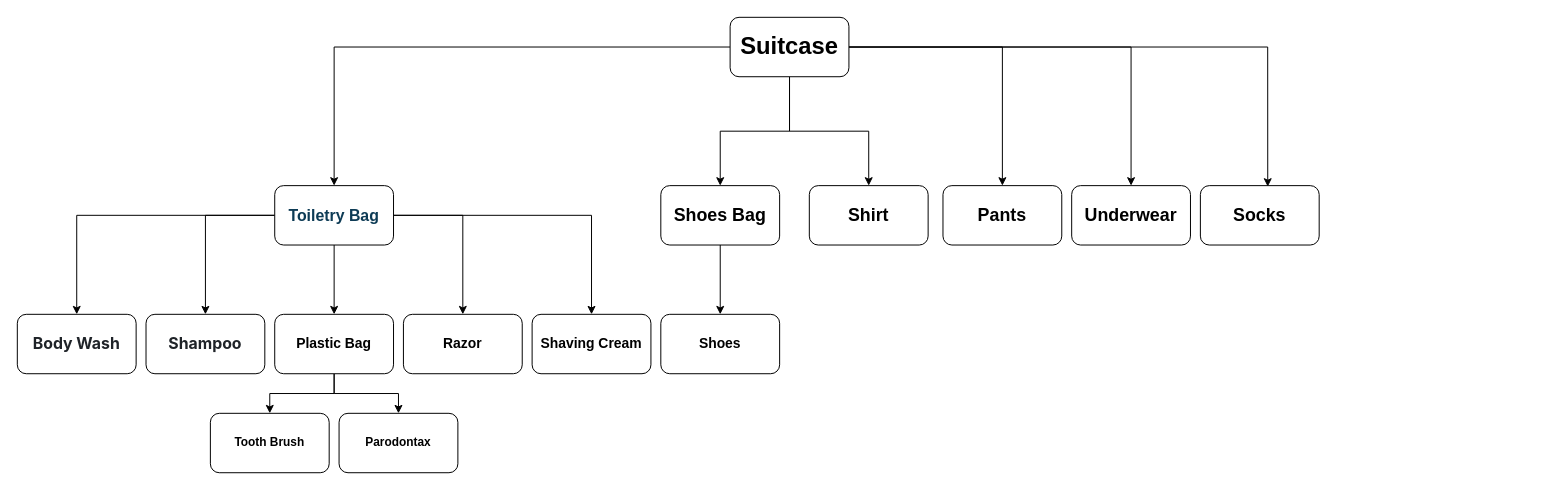
Before: Laboration4/src/Diagram/Suitcase as Composite.drawio in Fluntin/Software-Engineering, a draw.io diagram. Source tidied: cells renumbered, new cells numbered last; positions are measured from the earlier drawing's top-left corner, leaving out a move shared by most shapes. Both pictures are drawn from the tidied source at 99%, with x=0, y=0 at pixel (17, 17).
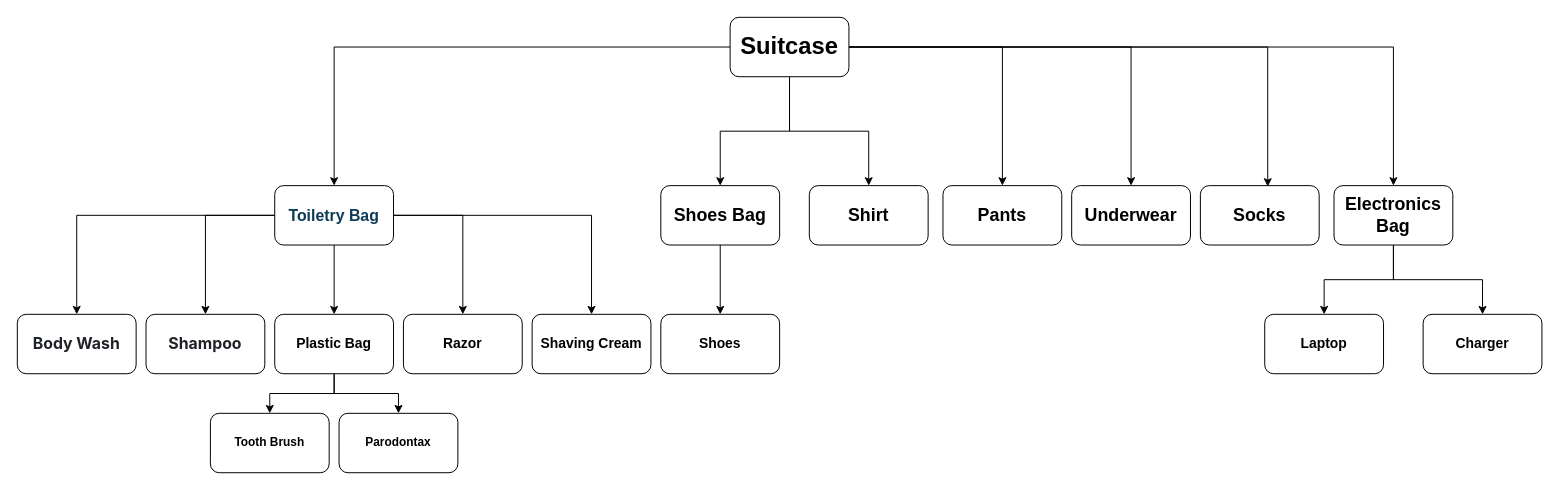
Above is the later version.

Commit message (it also covers changes not shown here):
Suitcase packed

The change refers to these unchanged cells:
```xml
<mxCell id="8" value="&lt;h1&gt;Suitcase&lt;/h1&gt;" style="rounded=1;whiteSpace=wrap;html=1;" parent="1" vertex="1">
  <mxGeometry x="720" width="120" height="60" as="geometry" />
</mxCell>
```

What changed in the source:
```diff
@@
+    <mxCell id="31" style="edgeStyle=orthogonalEdgeStyle;rounded=0;jettySize=auto;html=1;entryX=0.5;entryY=0;entryDx=0;entryDy=0;" parent="1" edge="1" source="8" target="34">
+      <mxGeometry relative="1" as="geometry" />
+    </mxCell>
@@
+    <mxCell id="32" style="edgeStyle=orthogonalEdgeStyle;rounded=0;jettySize=auto;html=1;" parent="1" edge="1" source="34" target="35">
+      <mxGeometry relative="1" as="geometry" />
+    </mxCell>
+    <mxCell id="33" style="edgeStyle=orthogonalEdgeStyle;rounded=0;jettySize=auto;html=1;entryX=0.5;entryY=0;entryDx=0;entryDy=0;" parent="1" edge="1" source="34" target="36">
+      <mxGeometry relative="1" as="geometry" />
+    </mxCell>
+    <mxCell id="34" value="&lt;h2&gt;Electronics Bag&lt;/h2&gt;" style="rounded=1;whiteSpace=wrap;html=1;fontFamily=Helvetica;" parent="1" vertex="1">
+      <mxGeometry x="1330" y="170" width="120" height="60" as="geometry" />
+    </mxCell>
+    <mxCell id="35" value="&lt;h3&gt;Laptop&lt;/h3&gt;" style="rounded=1;whiteSpace=wrap;html=1;fontFamily=Helvetica;" parent="1" vertex="1">
+      <mxGeometry x="1260" y="300" width="120" height="60" as="geometry" />
+    </mxCell>
+    <mxCell id="36" value="&lt;h3&gt;Charger&lt;/h3&gt;" style="rounded=1;whiteSpace=wrap;html=1;fontFamily=Helvetica;" parent="1" vertex="1">
+      <mxGeometry x="1420" y="300" width="120" height="60" as="geometry" />
+    </mxCell>
```
